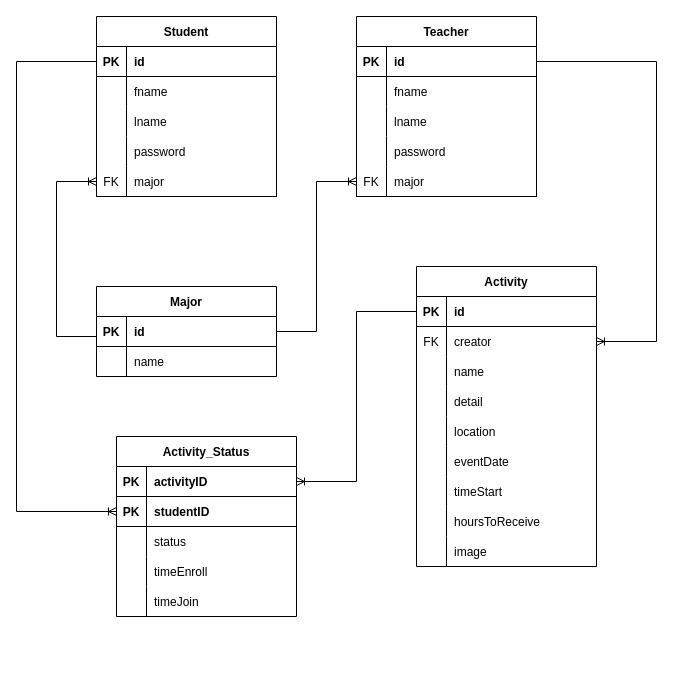
Earlier version of the draw.io diagram page "Entity Relationship Diagram" (1 of 4) of Entity Relationship Diagram.drawio (8luex/collecting_scholarship). Source tidied: cells renumbered, new cells numbered last; positions are measured from the earlier drawing's top-left corner, leaving out a move shared by most shapes. Both pictures are drawn from the tidied source at 100%, with x=0, y=0 at pixel (16, 16).
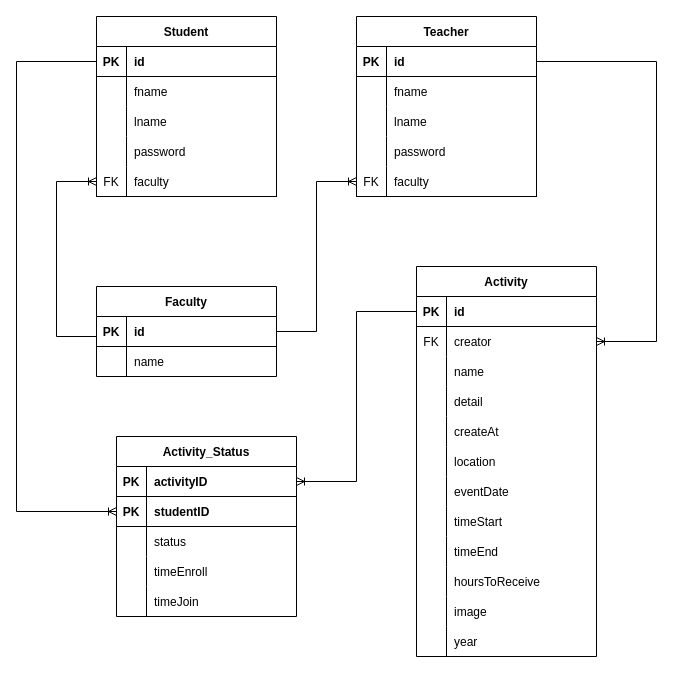
After the change.

The change refers to these unchanged cells:
```xml
<mxCell id="15" style="shape=tableRow;horizontal=0;startSize=0;swimlaneHead=0;swimlaneBody=0;fillColor=none;points=[[0,0.5],[1,0.5]];portConstraint=eastwest;top=0;left=0;right=0;bottom=1;" parent="2" vertex="1">
  <mxGeometry y="150" width="180" height="30" as="geometry" />
</mxCell>
<mxCell id="31" style="shape=tableRow;horizontal=0;startSize=0;swimlaneHead=0;swimlaneBody=0;fillColor=none;points=[[0,0.5],[1,0.5]];portConstraint=eastwest;top=0;left=0;right=0;bottom=1;" parent="18" vertex="1">
  <mxGeometry y="150" width="180" height="30" as="geometry" />
</mxCell>
```

Diff of the diagram source:
```diff
@@
-    <mxCell id="17" value="major" style="shape=partialRectangle;fillColor=none;top=0;left=0;bottom=0;right=0;align=left;spacingLeft=6;fontStyle=0;overflow=hidden;" parent="15" vertex="1">
+    <mxCell id="17" value="faculty" style="shape=partialRectangle;fillColor=none;top=0;left=0;bottom=0;right=0;align=left;spacingLeft=6;fontStyle=0;overflow=hidden;" parent="15" vertex="1">
       <mxGeometry x="30" width="150" height="30" as="geometry" />
     </mxCell>
@@
-    <mxCell id="33" value="major" style="shape=partialRectangle;fillColor=none;top=0;left=0;bottom=0;right=0;align=left;spacingLeft=6;fontStyle=0;overflow=hidden;" parent="31" vertex="1">
+    <mxCell id="33" value="faculty" style="shape=partialRectangle;fillColor=none;top=0;left=0;bottom=0;right=0;align=left;spacingLeft=6;fontStyle=0;overflow=hidden;" parent="31" vertex="1">
       <mxGeometry x="30" width="150" height="30" as="geometry" />
     </mxCell>
-    <mxCell id="34" value="Major" style="shape=table;startSize=30;childLayout=tableLayout;rowLines=0;fontStyle=1;align=center;" parent="1" vertex="1">
+    <mxCell id="34" value="Faculty" style="shape=table;startSize=30;childLayout=tableLayout;rowLines=0;fontStyle=1;align=center;" parent="1" vertex="1">
       <mxGeometry x="80" y="270" width="180" height="90" as="geometry" />
     </mxCell>
@@
     <mxCell id="57" value="Activity" style="shape=table;startSize=30;childLayout=tableLayout;rowLines=0;fontStyle=1;align=center;" parent="1" vertex="1">
-      <mxGeometry x="400" y="250" width="180" height="300" as="geometry" />
+      <mxGeometry x="400" y="250" width="180" height="390" as="geometry" />
     </mxCell>
@@
+    <mxCell id="90" style="shape=tableRow;horizontal=0;startSize=0;swimlaneHead=0;swimlaneBody=0;fillColor=none;top=0;left=0;right=0;bottom=0;" parent="57" vertex="1">
+      <mxGeometry y="150" width="180" height="30" as="geometry" />
+    </mxCell>
+    <mxCell id="91" style="shape=partialRectangle;fillColor=none;top=0;left=0;bottom=0;right=0;overflow=hidden;" parent="90" vertex="1">
+      <mxGeometry width="30" height="30" as="geometry" />
+    </mxCell>
+    <mxCell id="92" value="createAt" style="shape=partialRectangle;fillColor=none;top=0;left=0;bottom=0;right=0;align=left;spacingLeft=6;overflow=hidden;" parent="90" vertex="1">
+      <mxGeometry x="30" width="150" height="30" as="geometry" />
+    </mxCell>
     <mxCell id="70" style="shape=tableRow;horizontal=0;startSize=0;swimlaneHead=0;swimlaneBody=0;fillColor=none;top=0;left=0;right=0;bottom=0;" parent="57" vertex="1">
-      <mxGeometry y="150" width="180" height="30" as="geometry" />
+      <mxGeometry y="180" width="180" height="30" as="geometry" />
     </mxCell>
@@
     <mxCell id="73" style="shape=tableRow;horizontal=0;startSize=0;swimlaneHead=0;swimlaneBody=0;fillColor=none;top=0;left=0;right=0;bottom=0;" parent="57" vertex="1">
-      <mxGeometry y="180" width="180" height="30" as="geometry" />
+      <mxGeometry y="210" width="180" height="30" as="geometry" />
     </mxCell>
@@
     <mxCell id="76" style="shape=tableRow;horizontal=0;startSize=0;swimlaneHead=0;swimlaneBody=0;fillColor=none;top=0;left=0;right=0;bottom=0;" parent="57" vertex="1">
-      <mxGeometry y="210" width="180" height="30" as="geometry" />
+      <mxGeometry y="240" width="180" height="30" as="geometry" />
     </mxCell>
@@
+    <mxCell id="93" style="shape=tableRow;horizontal=0;startSize=0;swimlaneHead=0;swimlaneBody=0;fillColor=none;top=0;left=0;right=0;bottom=0;" parent="57" vertex="1">
+      <mxGeometry y="270" width="180" height="30" as="geometry" />
+    </mxCell>
+    <mxCell id="94" style="shape=partialRectangle;fillColor=none;top=0;left=0;bottom=0;right=0;overflow=hidden;" parent="93" vertex="1">
+      <mxGeometry width="30" height="30" as="geometry" />
+    </mxCell>
+    <mxCell id="95" value="timeEnd" style="shape=partialRectangle;fillColor=none;top=0;left=0;bottom=0;right=0;align=left;spacingLeft=6;overflow=hidden;" parent="93" vertex="1">
+      <mxGeometry x="30" width="150" height="30" as="geometry" />
+    </mxCell>
     <mxCell id="79" style="shape=tableRow;horizontal=0;startSize=0;swimlaneHead=0;swimlaneBody=0;fillColor=none;top=0;left=0;right=0;bottom=0;" parent="57" vertex="1">
-      <mxGeometry y="240" width="180" height="30" as="geometry" />
+      <mxGeometry y="300" width="180" height="30" as="geometry" />
     </mxCell>
@@
     <mxCell id="82" style="shape=tableRow;horizontal=0;startSize=0;swimlaneHead=0;swimlaneBody=0;fillColor=none;top=0;left=0;right=0;bottom=0;" parent="57" vertex="1">
-      <mxGeometry y="270" width="180" height="30" as="geometry" />
+      <mxGeometry y="330" width="180" height="30" as="geometry" />
     </mxCell>
@@
+    <mxCell id="96" style="shape=tableRow;horizontal=0;startSize=0;swimlaneHead=0;swimlaneBody=0;fillColor=none;top=0;left=0;right=0;bottom=0;" parent="57" vertex="1">
+      <mxGeometry y="360" width="180" height="30" as="geometry" />
+    </mxCell>
+    <mxCell id="97" style="shape=partialRectangle;fillColor=none;top=0;left=0;bottom=0;right=0;overflow=hidden;" parent="96" vertex="1">
+      <mxGeometry width="30" height="30" as="geometry" />
+    </mxCell>
+    <mxCell id="98" value="year" style="shape=partialRectangle;fillColor=none;top=0;left=0;bottom=0;right=0;align=left;spacingLeft=6;overflow=hidden;" parent="96" vertex="1">
+      <mxGeometry x="30" width="150" height="30" as="geometry" />
+    </mxCell>
```
